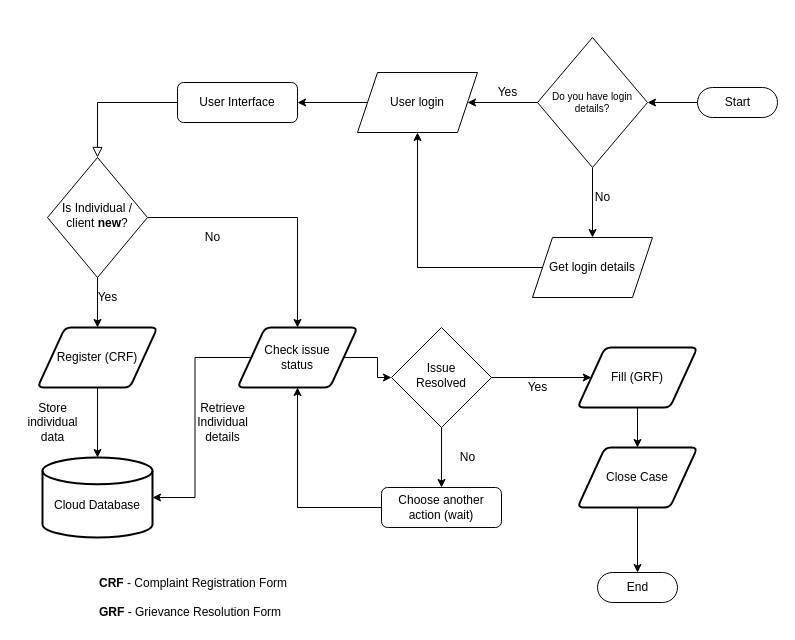
Earlier version of the draw.io diagram Untitled Diagram.drawio (dmainagithub/flowcharts). Source tidied: cells renumbered, new cells numbered last; positions are measured from the earlier drawing's top-left corner, leaving out a move shared by most shapes. Both pictures are drawn from the tidied source at 100%, with x=0, y=0 at pixel (17, 37).
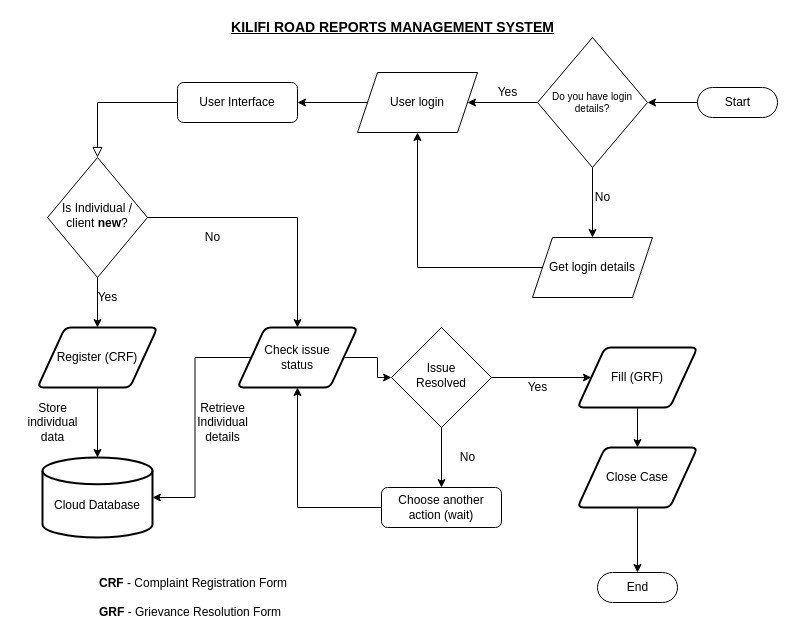
The same diagram, later.

The edit, as a diff of the source:
```diff
@@
+    <mxCell id="41" value="&lt;b&gt;&lt;font style=&quot;font-size: 14px;&quot;&gt;&lt;u&gt;KILIFI ROAD REPORTS MANAGEMENT SYSTEM&lt;/u&gt;&lt;/font&gt;&lt;/b&gt;" style="text;html=1;align=center;verticalAlign=middle;strokeColor=none;fillColor=none;fontSize=12;" parent="1" vertex="1">
+      <mxGeometry x="205" y="-20" width="340" height="20" as="geometry" />
+    </mxCell>
```
